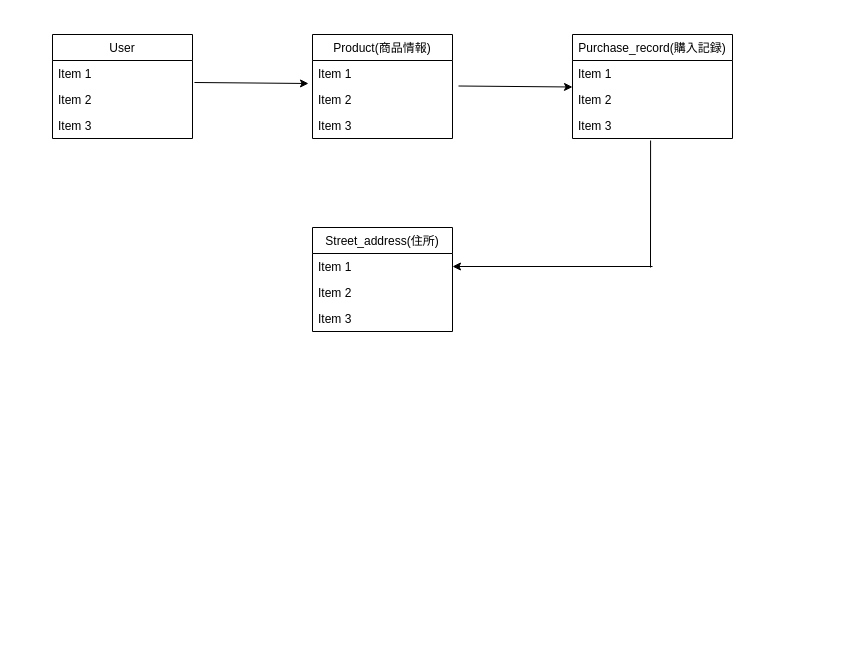
daikichi86/furima-28196 keeps this draw.io diagram as Draw.drawio. Above is the earlier version. Source tidied: cells renumbered, new cells numbered last; positions are measured from the earlier drawing's top-left corner, leaving out a move shared by most shapes. Both pictures are drawn from the tidied source at 100%, with x=0, y=0 at pixel (52, 34).
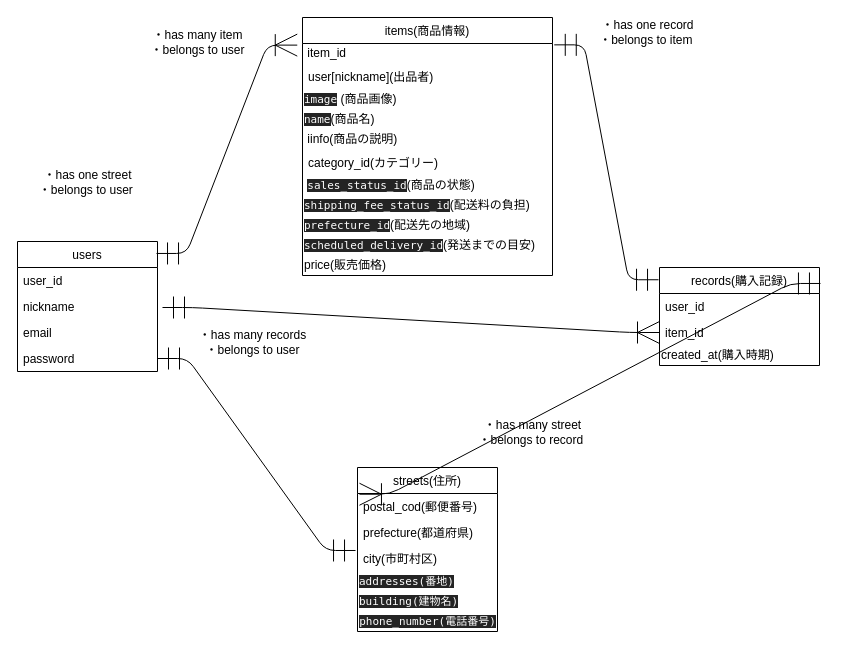
After the change.

Diff of the diagram source:
```diff
@@
-    <mxCell id="2" value="User" style="swimlane;fontStyle=0;horizontal=1;startSize=26;fillColor=none;" parent="1" vertex="1">
-      <mxGeometry width="140" height="104" as="geometry" />
-    </mxCell>
-    <mxCell id="3" value="Item 1" style="text;strokeColor=none;fillColor=none;align=left;verticalAlign=top;spacingLeft=4;spacingRight=4;overflow=hidden;" parent="2" vertex="1">
-      <mxGeometry y="26" width="140" height="26" as="geometry" />
-    </mxCell>
-    <mxCell id="4" value="Item 2" style="text;strokeColor=none;fillColor=none;align=left;verticalAlign=top;spacingLeft=4;spacingRight=4;overflow=hidden;points=[[0,0.5],[1,0.5]];portConstraint=eastwest;" parent="2" vertex="1">
-      <mxGeometry y="52" width="140" height="26" as="geometry" />
-    </mxCell>
-    <mxCell id="5" value="Item 3" style="text;strokeColor=none;fillColor=none;align=left;verticalAlign=top;spacingLeft=4;spacingRight=4;overflow=hidden;points=[[0,0.5],[1,0.5]];portConstraint=eastwest;" parent="2" vertex="1">
-      <mxGeometry y="78" width="140" height="26" as="geometry" />
-    </mxCell>
+    <mxCell id="22" style="edgeStyle=entityRelationEdgeStyle;fontSize=12;html=1;endArrow=ERoneToMany;startArrow=ERmandOne;endSize=20;targetPerimeterSpacing=0;startSize=20;exitX=0.993;exitY=0.092;exitDx=0;exitDy=0;exitPerimeter=0;entryX=-0.021;entryY=0.107;entryDx=0;entryDy=0;entryPerimeter=0;" parent="1" edge="1" source="2" target="6">
+      <mxGeometry relative="1" as="geometry" />
+    </mxCell>
+    <mxCell id="23" style="edgeStyle=entityRelationEdgeStyle;fontSize=12;html=1;endArrow=ERmandOne;startArrow=ERmandOne;exitX=1.007;exitY=0.106;exitDx=0;exitDy=0;exitPerimeter=0;entryX=-0.006;entryY=0.125;entryDx=0;entryDy=0;entryPerimeter=0;endSize=20;startSize=20;" parent="1" edge="1" source="6" target="10">
+      <mxGeometry relative="1" as="geometry" />
+    </mxCell>
+    <mxCell id="24" style="edgeStyle=entityRelationEdgeStyle;fontSize=12;html=1;endArrow=ERmandOne;startArrow=ERmandOne;exitX=1;exitY=0.5;exitDx=0;exitDy=0;endSize=20;startSize=20;entryX=-0.014;entryY=0.192;entryDx=0;entryDy=0;entryPerimeter=0;" parent="1" edge="1" source="5" target="17">
+      <mxGeometry relative="1" as="geometry" />
+    </mxCell>
+    <mxCell id="25" style="edgeStyle=entityRelationEdgeStyle;fontSize=12;html=1;endArrow=ERoneToMany;startArrow=ERmandOne;endSize=20;targetPerimeterSpacing=0;startSize=20;exitX=1.006;exitY=0.163;exitDx=0;exitDy=0;exitPerimeter=0;entryX=0.014;entryY=0.163;entryDx=0;entryDy=0;entryPerimeter=0;" parent="1" edge="1" source="10" target="14">
+      <mxGeometry relative="1" as="geometry" />
+    </mxCell>
+    <mxCell id="26" value="・has many item&lt;br&gt;・belongs to user" style="text;html=1;align=center;verticalAlign=middle;" parent="1" vertex="1">
+      <mxGeometry x="90" y="-7" width="110" height="30" as="geometry" />
+    </mxCell>
+    <mxCell id="27" value="・has one record&lt;br&gt;・belongs to item&amp;nbsp;" style="text;html=1;align=center;verticalAlign=middle;" parent="1" vertex="1">
+      <mxGeometry x="540" y="-17" width="110" height="30" as="geometry" />
+    </mxCell>
+    <mxCell id="28" value="・has one street&lt;br&gt;・belongs to user&amp;nbsp;" style="text;html=1;align=center;verticalAlign=middle;" parent="1" vertex="1">
+      <mxGeometry x="-20" y="133" width="110" height="30" as="geometry" />
+    </mxCell>
+    <mxCell id="29" value="・has many street&lt;br&gt;・belongs to record&amp;nbsp;" style="text;html=1;align=center;verticalAlign=middle;" parent="1" vertex="1">
+      <mxGeometry x="420" y="383" width="120" height="30" as="geometry" />
+    </mxCell>
-    <mxCell id="6" value="Product(商品情報)" style="swimlane;fontStyle=0;horizontal=1;startSize=26;fillColor=none;" parent="1" vertex="1">
-      <mxGeometry x="260" width="140" height="104" as="geometry" />
+    <mxCell id="6" value="items(商品情報)" style="swimlane;fontStyle=0;horizontal=1;startSize=26;fillColor=none;" parent="1" vertex="1">
+      <mxGeometry x="250" y="-17" width="250" height="258" as="geometry" />
     </mxCell>
-    <mxCell id="7" value="Item 1" style="text;strokeColor=none;fillColor=none;align=left;verticalAlign=top;spacingLeft=4;spacingRight=4;overflow=hidden;" parent="6" vertex="1">
-      <mxGeometry y="26" width="140" height="26" as="geometry" />
-    </mxCell>
+    <mxCell id="30" value="&amp;nbsp;item_id" style="text;html=1;align=left;verticalAlign=middle;" parent="6" vertex="1">
+      <mxGeometry y="26" width="250" height="20" as="geometry" />
+    </mxCell>
-    <mxCell id="8" value="Item 2" style="text;strokeColor=none;fillColor=none;align=left;verticalAlign=top;spacingLeft=4;spacingRight=4;overflow=hidden;" parent="6" vertex="1">
-      <mxGeometry y="52" width="140" height="26" as="geometry" />
+    <mxCell id="8" value="user[nickname](出品者)" style="text;strokeColor=none;fillColor=none;align=left;verticalAlign=middle;spacingLeft=4;spacingRight=4;overflow=hidden;" parent="6" vertex="1">
+      <mxGeometry y="46" width="250" height="26" as="geometry" />
     </mxCell>
+    <mxCell id="31" value="&lt;span style=&quot;color: rgb(255 , 255 , 255) ; font-family: &amp;#34;menlo&amp;#34; , monospace ; font-size: 11px ; background-color: rgb(36 , 36 , 36)&quot;&gt;image&lt;/span&gt;&amp;nbsp;(商品画像)" style="text;html=1;align=left;verticalAlign=middle;" parent="6" vertex="1">
+      <mxGeometry y="72" width="250" height="20" as="geometry" />
+    </mxCell>
+    <mxCell id="32" value="&lt;span style=&quot;color: rgb(255 , 255 , 255) ; font-family: &amp;#34;menlo&amp;#34; , monospace ; font-size: 11px ; background-color: rgb(36 , 36 , 36)&quot;&gt;name&lt;/span&gt;(商品名)" style="text;html=1;align=left;verticalAlign=middle;" parent="6" vertex="1">
+      <mxGeometry y="92" width="250" height="20" as="geometry" />
+    </mxCell>
+    <mxCell id="33" value="&amp;nbsp;iinfo(商品の説明)" style="text;html=1;align=left;verticalAlign=middle;" parent="6" vertex="1">
+      <mxGeometry y="112" width="250" height="20" as="geometry" />
+    </mxCell>
-    <mxCell id="9" value="Item 3" style="text;strokeColor=none;fillColor=none;align=left;verticalAlign=top;spacingLeft=4;spacingRight=4;overflow=hidden;" parent="6" vertex="1">
-      <mxGeometry y="78" width="140" height="26" as="geometry" />
+    <mxCell id="9" value="category_id(カテゴリー)" style="text;strokeColor=none;fillColor=none;align=left;verticalAlign=middle;spacingLeft=4;spacingRight=4;overflow=hidden;" parent="6" vertex="1">
+      <mxGeometry y="132" width="250" height="26" as="geometry" />
     </mxCell>
+    <mxCell id="34" value="&amp;nbsp;&lt;span style=&quot;color: rgb(255 , 255 , 255) ; font-family: &amp;#34;menlo&amp;#34; , monospace ; font-size: 11px ; background-color: rgb(36 , 36 , 36)&quot;&gt;sales_status_id&lt;/span&gt;(商品の状態)" style="text;html=1;align=left;verticalAlign=middle;" parent="6" vertex="1">
+      <mxGeometry y="158" width="250" height="20" as="geometry" />
+    </mxCell>
+    <mxCell id="35" value="&lt;span style=&quot;color: rgb(255 , 255 , 255) ; font-family: &amp;#34;menlo&amp;#34; , monospace ; font-size: 11px ; background-color: rgb(36 , 36 , 36)&quot;&gt;shipping_fee_status_id&lt;/span&gt;(配送料の負担)" style="text;html=1;align=left;verticalAlign=middle;" parent="6" vertex="1">
+      <mxGeometry y="178" width="250" height="20" as="geometry" />
+    </mxCell>
+    <mxCell id="36" value="&lt;span style=&quot;color: rgb(255 , 255 , 255) ; font-family: &amp;#34;menlo&amp;#34; , monospace ; font-size: 11px ; background-color: rgb(36 , 36 , 36)&quot;&gt;prefecture_id&lt;/span&gt;(配送先の地域)" style="text;html=1;align=left;verticalAlign=middle;" parent="6" vertex="1">
+      <mxGeometry y="198" width="250" height="20" as="geometry" />
+    </mxCell>
+    <mxCell id="37" value="&lt;span style=&quot;color: rgb(255 , 255 , 255) ; font-family: &amp;#34;menlo&amp;#34; , monospace ; font-size: 11px ; background-color: rgb(36 , 36 , 36)&quot;&gt;scheduled_delivery_id&lt;/span&gt;(発送までの目安)" style="text;html=1;align=left;verticalAlign=middle;" parent="6" vertex="1">
+      <mxGeometry y="218" width="250" height="20" as="geometry" />
+    </mxCell>
+    <mxCell id="38" value="price(販売価格)" style="text;html=1;align=left;verticalAlign=middle;" parent="6" vertex="1">
+      <mxGeometry y="238" width="250" height="20" as="geometry" />
+    </mxCell>
-    <mxCell id="10" value="Purchase_record(購入記録)" style="swimlane;fontStyle=0;horizontal=1;startSize=26;fillColor=none;" parent="1" vertex="1">
-      <mxGeometry x="520" width="160" height="104" as="geometry" />
+    <mxCell id="10" value="records(購入記録)" style="swimlane;fontStyle=0;horizontal=1;startSize=26;fillColor=none;" parent="1" vertex="1">
+      <mxGeometry x="607" y="233" width="160" height="98" as="geometry" />
     </mxCell>
-    <mxCell id="11" value="Item 1" style="text;strokeColor=none;fillColor=none;align=left;verticalAlign=top;spacingLeft=4;spacingRight=4;overflow=hidden;" parent="10" vertex="1">
+    <mxCell id="11" value="user_id" style="text;strokeColor=none;fillColor=none;align=left;verticalAlign=top;spacingLeft=4;spacingRight=4;overflow=hidden;" parent="10" vertex="1">
       <mxGeometry y="26" width="160" height="26" as="geometry" />
     </mxCell>
-    <mxCell id="12" value="Item 2" style="text;strokeColor=none;fillColor=none;align=left;verticalAlign=top;spacingLeft=4;spacingRight=4;overflow=hidden;points=[[0,0.5],[1,0.5]];portConstraint=eastwest;" parent="10" vertex="1">
+    <mxCell id="12" value="item_id" style="text;strokeColor=none;fillColor=none;align=left;verticalAlign=top;spacingLeft=4;spacingRight=4;overflow=hidden;points=[[0,0.5],[1,0.5]];portConstraint=eastwest;" parent="10" vertex="1">
       <mxGeometry y="52" width="160" height="26" as="geometry" />
     </mxCell>
-    <mxCell id="13" value="Item 3" style="text;strokeColor=none;fillColor=none;align=left;verticalAlign=top;spacingLeft=4;spacingRight=4;overflow=hidden;points=[[0,0.5],[1,0.5]];portConstraint=eastwest;" parent="10" vertex="1">
-      <mxGeometry y="78" width="160" height="26" as="geometry" />
-    </mxCell>
+    <mxCell id="39" value="created_at(購入時期)" style="text;html=1;align=left;verticalAlign=middle;" parent="10" vertex="1">
+      <mxGeometry y="78" width="160" height="20" as="geometry" />
+    </mxCell>
-    <mxCell id="14" value="Street_address(住所)" style="swimlane;fontStyle=0;horizontal=1;startSize=26;fillColor=none;" parent="1" vertex="1">
-      <mxGeometry x="260" y="193" width="140" height="104" as="geometry" />
+    <mxCell id="14" value="streets(住所)" style="swimlane;fontStyle=0;horizontal=1;startSize=26;fillColor=none;" parent="1" vertex="1">
+      <mxGeometry x="305" y="433" width="140" height="164" as="geometry" />
     </mxCell>
-    <mxCell id="15" value="Item 1" style="text;strokeColor=none;fillColor=none;align=left;verticalAlign=top;spacingLeft=4;spacingRight=4;overflow=hidden;points=[[0,0.5],[1,0.5]];portConstraint=eastwest;" parent="14" vertex="1">
+    <mxCell id="15" value="postal_cod(郵便番号)" style="text;strokeColor=none;fillColor=none;align=left;verticalAlign=top;spacingLeft=4;spacingRight=4;overflow=hidden;points=[[0,0.5],[1,0.5]];portConstraint=eastwest;" parent="14" vertex="1">
       <mxGeometry y="26" width="140" height="26" as="geometry" />
     </mxCell>
-    <mxCell id="16" value="Item 2" style="text;strokeColor=none;fillColor=none;align=left;verticalAlign=top;spacingLeft=4;spacingRight=4;overflow=hidden;" parent="14" vertex="1">
+    <mxCell id="16" value="prefecture(都道府県)" style="text;strokeColor=none;fillColor=none;align=left;verticalAlign=top;spacingLeft=4;spacingRight=4;overflow=hidden;" parent="14" vertex="1">
       <mxGeometry y="52" width="140" height="26" as="geometry" />
     </mxCell>
-    <mxCell id="17" value="Item 3" style="text;strokeColor=none;fillColor=none;align=left;verticalAlign=top;spacingLeft=4;spacingRight=4;overflow=hidden;points=[[0,0.5],[1,0.5]];portConstraint=eastwest;" parent="14" vertex="1">
+    <mxCell id="17" value="city(市町村区)" style="text;strokeColor=none;fillColor=none;align=left;verticalAlign=top;spacingLeft=4;spacingRight=4;overflow=hidden;points=[[0,0.5],[1,0.5]];portConstraint=eastwest;" parent="14" vertex="1">
       <mxGeometry y="78" width="140" height="26" as="geometry" />
     </mxCell>
-    <mxCell id="18" style="endArrow=classic;html=1;exitX=1.014;exitY=-0.154;exitDx=0;exitDy=0;exitPerimeter=0;" parent="1" edge="1" source="4">
-      <mxGeometry relative="1" as="geometry">
-        <mxPoint x="256" y="49" as="targetPoint" />
-      </mxGeometry>
-    </mxCell>
-    <mxCell id="19" style="endArrow=classic;html=1;exitX=1.014;exitY=-0.154;exitDx=0;exitDy=0;exitPerimeter=0;" parent="1" edge="1">
-      <mxGeometry relative="1" as="geometry">
-        <mxPoint x="406" y="51.5" as="sourcePoint" />
-        <mxPoint x="520" y="52.5" as="targetPoint" />
-      </mxGeometry>
-    </mxCell>
-    <mxCell id="20" style="endArrow=none;html=1;entryX=0.488;entryY=1.077;entryDx=0;entryDy=0;entryPerimeter=0;" parent="1" edge="1" target="13">
-      <mxGeometry relative="1" as="geometry">
-        <mxPoint x="598" y="233" as="sourcePoint" />
-      </mxGeometry>
-    </mxCell>
-    <mxCell id="21" style="endArrow=classic;html=1;entryX=1;entryY=0.5;entryDx=0;entryDy=0;" parent="1" edge="1" target="15">
-      <mxGeometry relative="1" as="geometry">
-        <mxPoint x="600" y="232" as="sourcePoint" />
-      </mxGeometry>
-    </mxCell>
+    <mxCell id="40" value="&lt;span style=&quot;color: rgb(255, 255, 255); font-family: menlo, monospace; font-size: 11px; background-color: rgb(36, 36, 36);&quot;&gt;addresses(番地)&lt;/span&gt;" style="text;html=1;align=left;verticalAlign=middle;" parent="14" vertex="1">
+      <mxGeometry y="104" width="140" height="20" as="geometry" />
+    </mxCell>
+    <mxCell id="41" value="&lt;span style=&quot;color: rgb(255, 255, 255); font-family: menlo, monospace; font-size: 11px; background-color: rgb(36, 36, 36);&quot;&gt;building(建物名)&lt;/span&gt;" style="text;html=1;align=left;verticalAlign=middle;" parent="14" vertex="1">
+      <mxGeometry y="124" width="140" height="20" as="geometry" />
+    </mxCell>
+    <mxCell id="42" value="&lt;span style=&quot;color: rgb(255 , 255 , 255) ; font-family: &amp;#34;menlo&amp;#34; , monospace ; font-size: 11px ; text-align: left ; background-color: rgb(36 , 36 , 36)&quot;&gt;phone_number(電話番号)&lt;/span&gt;" style="text;html=1;align=center;verticalAlign=middle;" parent="14" vertex="1">
+      <mxGeometry y="144" width="140" height="20" as="geometry" />
+    </mxCell>
+    <mxCell id="2" value="users" style="swimlane;fontStyle=0;horizontal=1;startSize=26;fillColor=none;" parent="1" vertex="1">
+      <mxGeometry x="-35" y="207" width="140" height="130" as="geometry" />
+    </mxCell>
+    <mxCell id="43" value="user_id" style="text;strokeColor=none;fillColor=none;align=left;verticalAlign=top;spacingLeft=4;spacingRight=4;overflow=hidden;" parent="2" vertex="1">
+      <mxGeometry y="26" width="140" height="26" as="geometry" />
+    </mxCell>
+    <mxCell id="3" value="nickname" style="text;strokeColor=none;fillColor=none;align=left;verticalAlign=top;spacingLeft=4;spacingRight=4;overflow=hidden;" parent="2" vertex="1">
+      <mxGeometry y="52" width="140" height="26" as="geometry" />
+    </mxCell>
+    <mxCell id="4" value="email" style="text;strokeColor=none;fillColor=none;align=left;verticalAlign=top;spacingLeft=4;spacingRight=4;overflow=hidden;points=[[0,0.5],[1,0.5]];portConstraint=eastwest;" parent="2" vertex="1">
+      <mxGeometry y="78" width="140" height="26" as="geometry" />
+    </mxCell>
+    <mxCell id="5" value="password" style="text;strokeColor=none;fillColor=none;align=left;verticalAlign=top;spacingLeft=4;spacingRight=4;overflow=hidden;points=[[0,0.5],[1,0.5]];portConstraint=eastwest;" parent="2" vertex="1">
+      <mxGeometry y="104" width="140" height="26" as="geometry" />
+    </mxCell>
+    <mxCell id="44" style="edgeStyle=entityRelationEdgeStyle;fontSize=12;html=1;endArrow=ERoneToMany;startArrow=ERmandOne;endSize=20;targetPerimeterSpacing=0;startSize=20;entryX=0;entryY=0.5;entryDx=0;entryDy=0;" parent="1" edge="1" target="12">
+      <mxGeometry relative="1" as="geometry">
+        <mxPoint x="110" y="273" as="sourcePoint" />
+      </mxGeometry>
+    </mxCell>
+    <mxCell id="45" value="・has many records&lt;br&gt;・belongs to user" style="text;html=1;align=center;verticalAlign=middle;" parent="1" vertex="1">
+      <mxGeometry x="140" y="293" width="120" height="30" as="geometry" />
+    </mxCell>
```
